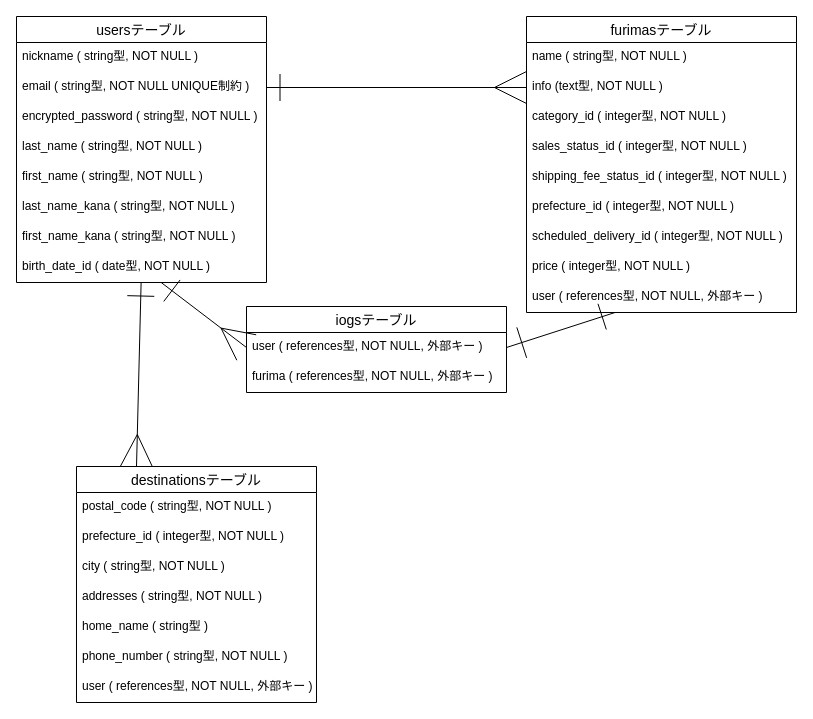
The draw.io diagram furima.dio in iba369963/furima-40003, before the edit. Source tidied: cells renumbered, new cells numbered last; positions are measured from the earlier drawing's top-left corner, leaving out a move shared by most shapes. Both pictures are drawn from the tidied source at 100%, with x=0, y=0 at pixel (16, 16).
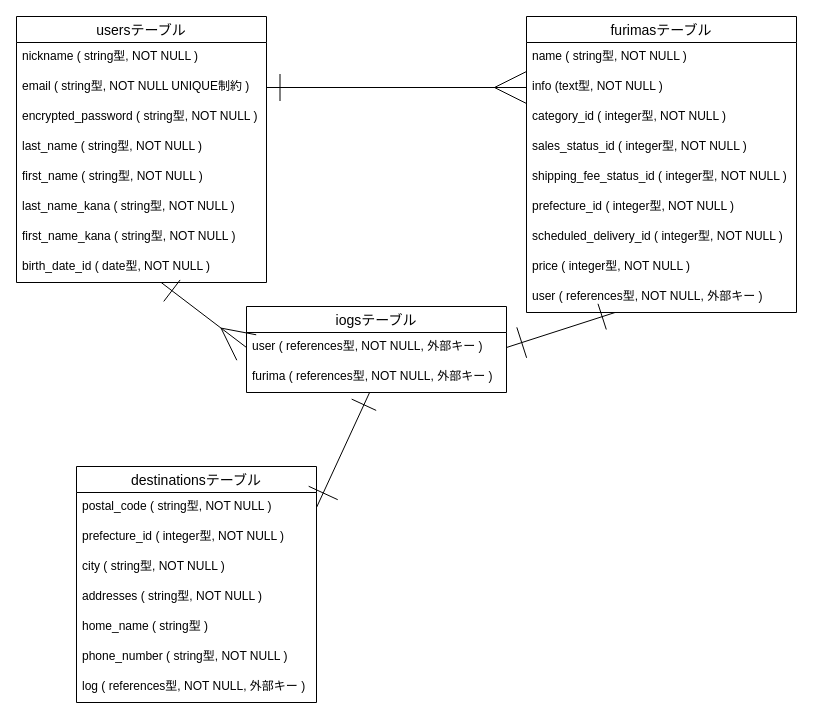
Above is the later version.

Commit message (it also covers changes not shown here):
データベース設計3-2

Unchanged cells that the change refers to:
```xml
<mxCell id="10" value="birth_date_id ( date型, NOT NULL )" style="text;strokeColor=none;fillColor=none;spacingLeft=4;spacingRight=4;overflow=hidden;points=[[0,0.5],[1,0.5]];portConstraint=eastwest;fontSize=12;" parent="2" vertex="1">
  <mxGeometry y="236" width="250" height="30" as="geometry" />
</mxCell>
<mxCell id="23" value="furima ( references型, NOT NULL, 外部キー )" style="text;strokeColor=none;fillColor=none;spacingLeft=4;spacingRight=4;overflow=hidden;points=[[0,0.5],[1,0.5]];portConstraint=eastwest;fontSize=12;" parent="21" vertex="1">
  <mxGeometry y="56" width="260" height="30" as="geometry" />
</mxCell>
<mxCell id="25" value="destinationsテーブル" style="swimlane;fontStyle=0;horizontal=1;startSize=26;align=center;fontSize=14;" parent="1" vertex="1">
  <mxGeometry x="60" y="450" width="240" height="236" as="geometry" />
</mxCell>
<mxCell id="26" value="postal_code ( string型, NOT NULL )" style="text;strokeColor=none;fillColor=none;spacingLeft=4;spacingRight=4;overflow=hidden;points=[[0,0.5],[1,0.5]];portConstraint=eastwest;fontSize=12;" parent="25" vertex="1">
  <mxGeometry y="26" width="240" height="30" as="geometry" />
</mxCell>
```

Change to the diagram source:
```diff
@@
-    <mxCell id="24" style="edgeStyle=none;html=1;exitX=0.25;exitY=0;exitDx=0;exitDy=0;startArrow=ERmany;startFill=0;endArrow=ERone;endFill=0;startSize=30;endSize=25;" parent="1" edge="1" source="25" target="10">
-      <mxGeometry relative="1" as="geometry" />
-    </mxCell>
@@
-    <mxCell id="32" value="user ( references型, NOT NULL, 外部キー )" style="text;strokeColor=none;fillColor=none;spacingLeft=4;spacingRight=4;overflow=hidden;fontSize=12;" parent="25" vertex="1">
+    <mxCell id="32" value="log ( references型, NOT NULL, 外部キー )" style="text;strokeColor=none;fillColor=none;spacingLeft=4;spacingRight=4;overflow=hidden;fontSize=12;" parent="25" vertex="1">
       <mxGeometry y="206" width="240" height="30" as="geometry" />
     </mxCell>
@@
+    <mxCell id="36" style="edgeStyle=none;html=1;exitX=1;exitY=0.5;exitDx=0;exitDy=0;startArrow=ERone;startFill=0;endArrow=ERone;endFill=0;startSize=30;endSize=25;" parent="1" edge="1" source="26" target="23">
+      <mxGeometry relative="1" as="geometry" />
+    </mxCell>
```
